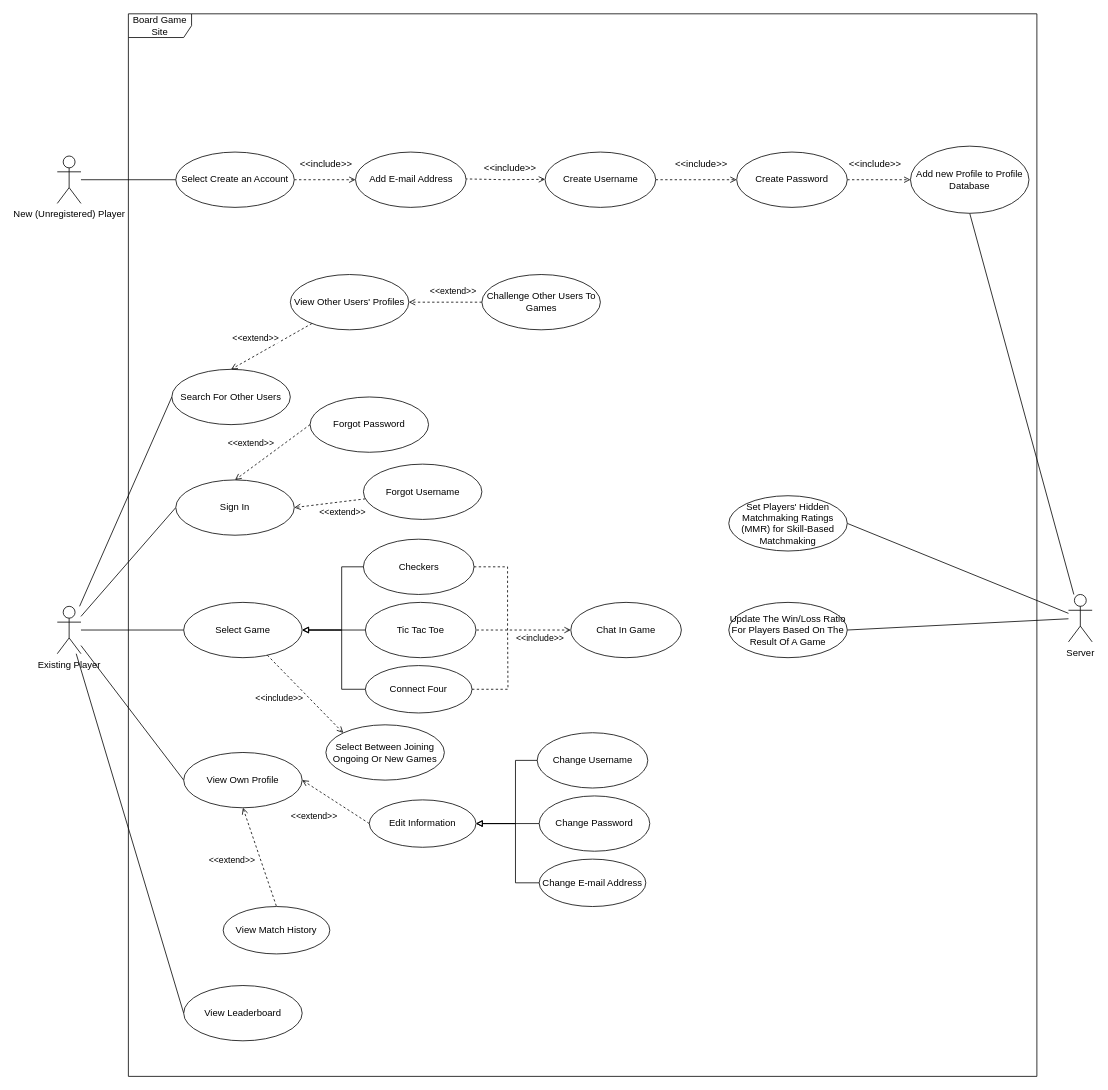
Before: page "Page-1" (1 of 2) of use_case_diagram.drawio in illiteratewaffle/RetroArcade, a draw.io diagram. Source tidied: cells renumbered, new cells numbered last; positions are measured from the earlier drawing's top-left corner, leaving out a move shared by most shapes. Both pictures are drawn from the tidied source at 79%, with x=0, y=0 at pixel (57, 13).
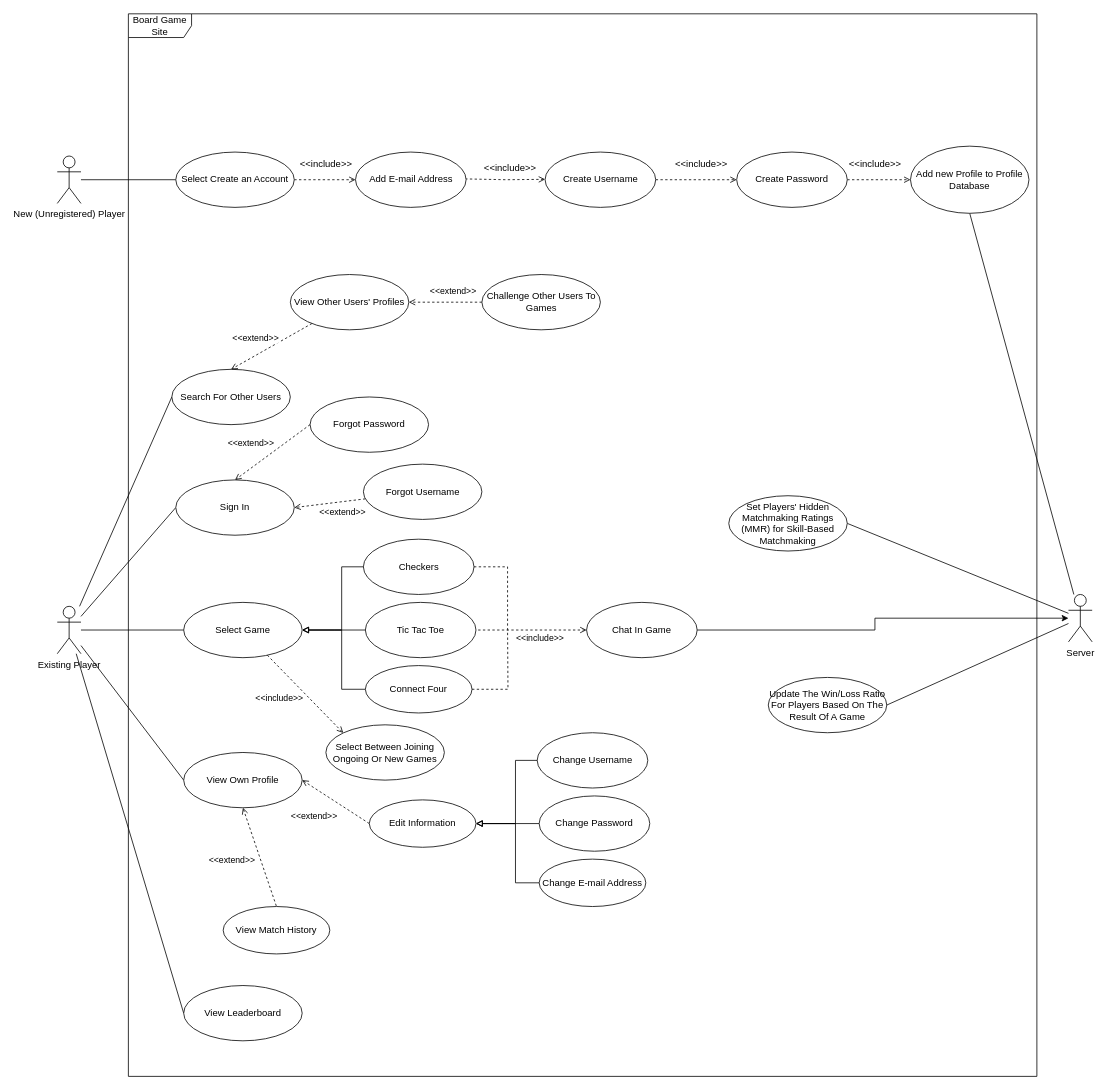
After the change.

Commit message (it also covers changes not shown here):
Updated Use Case Diagram to include: Chat Message Handling, Multiplayer Game State Update, and Server Account Creation

Unchanged cells that the change refers to:
```xml
<mxCell id="36" value="Server" style="shape=umlActor;verticalLabelPosition=bottom;verticalAlign=top;html=1;outlineConnect=0;" parent="1" vertex="1">
  <mxGeometry x="1280" y="735" width="30" height="60" as="geometry" />
</mxCell>
```

What changed in the source:
```diff
@@
     <mxCell id="37" value="Update The Win/Loss Ratio For Players Based On The Result Of A Game" style="ellipse;whiteSpace=wrap;html=1;" parent="1" vertex="1">
-      <mxGeometry x="850" y="745" width="150" height="70" as="geometry" />
+      <mxGeometry x="900" y="840" width="150" height="70" as="geometry" />
     </mxCell>
@@
+    <mxCell id="73" style="edgeStyle=orthogonalEdgeStyle;rounded=0;jettySize=auto;html=1;strokeColor=default;" parent="1" edge="1" source="56" target="36">
+      <mxGeometry relative="1" as="geometry">
+        <Array as="points">
+          <mxPoint x="1035" y="780" />
+          <mxPoint x="1035" y="765" />
+        </Array>
+      </mxGeometry>
+    </mxCell>
     <mxCell id="56" value="Chat In Game" style="ellipse;whiteSpace=wrap;html=1;" parent="1" vertex="1">
-      <mxGeometry x="650" y="745" width="140" height="70" as="geometry" />
+      <mxGeometry x="670" y="745" width="140" height="70" as="geometry" />
     </mxCell>
```
